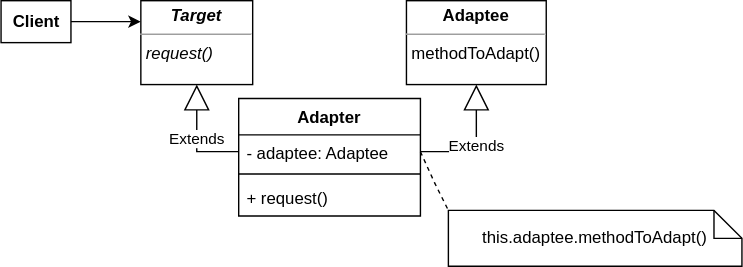
The draw.io diagram immagini/adapter.svg in m1gwings/ing-sw-cheatsheet, before a commit. Source tidied: cells renumbered, new cells last; positions are measured from the earlier drawing's top-left corner, leaving out a move shared by most shapes. Its diagram source:
```xml
<mxGraphModel>
  <root>
    <mxCell id="0" />
    <mxCell id="1" parent="0" />
    <mxCell id="2" style="edgeStyle=orthogonalEdgeStyle;rounded=0;jettySize=auto;html=1;exitX=1;exitY=0.5;exitDx=0;exitDy=0;entryX=0;entryY=0.25;entryDx=0;entryDy=0;strokeColor=default;" parent="1" edge="1" source="3" target="4">
      <mxGeometry relative="1" as="geometry" />
    </mxCell>
    <mxCell id="3" value="&lt;b&gt;Client&lt;/b&gt;" style="html=1;" parent="1" vertex="1">
      <mxGeometry width="50" height="30" as="geometry" />
    </mxCell>
    <mxCell id="4" value="&lt;p style=&quot;margin:0px;margin-top:4px;text-align:center;&quot;&gt;&lt;b&gt;&lt;i&gt;Target&lt;/i&gt;&lt;/b&gt;&lt;/p&gt;&lt;hr size=&quot;1&quot;&gt;&lt;p style=&quot;margin:0px;margin-left:4px;&quot;&gt;&lt;i&gt;request()&lt;/i&gt;&lt;/p&gt;" style="verticalAlign=top;align=left;overflow=fill;fontSize=12;fontFamily=Helvetica;html=1;" parent="1" vertex="1">
      <mxGeometry x="100" width="80" height="60" as="geometry" />
    </mxCell>
    <mxCell id="5" value="&lt;p style=&quot;margin:0px;margin-top:4px;text-align:center;&quot;&gt;&lt;b&gt;Adaptee&lt;/b&gt;&lt;/p&gt;&lt;hr size=&quot;1&quot;&gt;&lt;p style=&quot;margin:0px;margin-left:4px;&quot;&gt;methodToAdapt()&lt;/p&gt;" style="verticalAlign=top;align=left;overflow=fill;fontSize=12;fontFamily=Helvetica;html=1;" parent="1" vertex="1">
      <mxGeometry x="290" width="100" height="60" as="geometry" />
    </mxCell>
    <mxCell id="6" value="Extends" style="endArrow=block;endSize=16;endFill=0;html=1;rounded=0;strokeColor=default;entryX=0.5;entryY=1;entryDx=0;entryDy=0;exitX=1;exitY=0.5;exitDx=0;exitDy=0;" parent="1" edge="1" source="9" target="5">
      <mxGeometry relative="1" as="geometry">
        <Array as="points">
          <mxPoint x="340" y="108" />
        </Array>
      </mxGeometry>
    </mxCell>
    <mxCell id="7" value="Extends" style="endArrow=block;endSize=16;endFill=0;html=1;rounded=0;exitX=0;exitY=0.5;exitDx=0;exitDy=0;strokeColor=default;entryX=0.5;entryY=1;entryDx=0;entryDy=0;" parent="1" edge="1" source="9" target="4">
      <mxGeometry relative="1" as="geometry">
        <Array as="points">
          <mxPoint x="140" y="108" />
        </Array>
      </mxGeometry>
    </mxCell>
    <mxCell id="8" value="Adapter" style="swimlane;fontStyle=1;align=center;verticalAlign=top;horizontal=1;startSize=26;" parent="1" vertex="1">
      <mxGeometry x="170" y="70" width="130" height="84" as="geometry" />
    </mxCell>
    <mxCell id="9" value="- adaptee: Adaptee" style="text;strokeColor=none;fillColor=none;align=left;verticalAlign=top;spacingLeft=4;spacingRight=4;overflow=hidden;points=[[0,0.5],[1,0.5]];portConstraint=eastwest;" parent="8" vertex="1">
      <mxGeometry y="26" width="130" height="24" as="geometry" />
    </mxCell>
    <mxCell id="10" style="line;strokeWidth=1;fillColor=none;align=left;verticalAlign=middle;spacingTop=-1;spacingLeft=3;spacingRight=3;labelPosition=right;strokeColor=inherit;" parent="8" vertex="1">
      <mxGeometry y="50" width="130" height="8" as="geometry" />
    </mxCell>
    <mxCell id="11" value="+ request()" style="text;strokeColor=none;fillColor=none;align=left;verticalAlign=top;spacingLeft=4;spacingRight=4;overflow=hidden;" parent="8" vertex="1">
      <mxGeometry y="58" width="130" height="26" as="geometry" />
    </mxCell>
    <mxCell id="12" value="this.adaptee.methodToAdapt()" style="shape=note;size=20;whiteSpace=wrap;html=1;" parent="1" vertex="1">
      <mxGeometry x="320" y="150" width="210" height="40" as="geometry" />
    </mxCell>
    <mxCell id="13" style="endArrow=none;dashed=1;html=1;rounded=0;strokeColor=default;entryX=0;entryY=0;entryDx=0;entryDy=0;entryPerimeter=0;exitX=1;exitY=0.5;exitDx=0;exitDy=0;" parent="1" edge="1" source="9" target="12">
      <mxGeometry relative="1" as="geometry">
        <Array as="points">
          <mxPoint x="310" y="130" />
        </Array>
      </mxGeometry>
    </mxCell>
  </root>
</mxGraphModel>
```
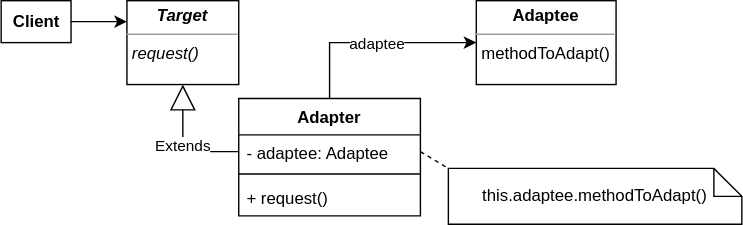
The same diagram one commit later.

Commit message:
modificato l'uml di adapter

ora l'uml usa la composizione

Change to the diagram source:
```diff
@@ -9,22 +9,15 @@
       <mxGeometry width="50" height="30" as="geometry" />
     </mxCell>
     <mxCell id="4" value="&lt;p style=&quot;margin:0px;margin-top:4px;text-align:center;&quot;&gt;&lt;b&gt;&lt;i&gt;Target&lt;/i&gt;&lt;/b&gt;&lt;/p&gt;&lt;hr size=&quot;1&quot;&gt;&lt;p style=&quot;margin:0px;margin-left:4px;&quot;&gt;&lt;i&gt;request()&lt;/i&gt;&lt;/p&gt;" style="verticalAlign=top;align=left;overflow=fill;fontSize=12;fontFamily=Helvetica;html=1;" parent="1" vertex="1">
-      <mxGeometry x="100" width="80" height="60" as="geometry" />
+      <mxGeometry x="90" width="80" height="60" as="geometry" />
     </mxCell>
     <mxCell id="5" value="&lt;p style=&quot;margin:0px;margin-top:4px;text-align:center;&quot;&gt;&lt;b&gt;Adaptee&lt;/b&gt;&lt;/p&gt;&lt;hr size=&quot;1&quot;&gt;&lt;p style=&quot;margin:0px;margin-left:4px;&quot;&gt;methodToAdapt()&lt;/p&gt;" style="verticalAlign=top;align=left;overflow=fill;fontSize=12;fontFamily=Helvetica;html=1;" parent="1" vertex="1">
-      <mxGeometry x="290" width="100" height="60" as="geometry" />
+      <mxGeometry x="340" width="100" height="60" as="geometry" />
     </mxCell>
-    <mxCell id="6" value="Extends" style="endArrow=block;endSize=16;endFill=0;html=1;rounded=0;strokeColor=default;entryX=0.5;entryY=1;entryDx=0;entryDy=0;exitX=1;exitY=0.5;exitDx=0;exitDy=0;" parent="1" edge="1" source="9" target="5">
-      <mxGeometry relative="1" as="geometry">
-        <Array as="points">
-          <mxPoint x="340" y="108" />
-        </Array>
-      </mxGeometry>
-    </mxCell>
     <mxCell id="7" value="Extends" style="endArrow=block;endSize=16;endFill=0;html=1;rounded=0;exitX=0;exitY=0.5;exitDx=0;exitDy=0;strokeColor=default;entryX=0.5;entryY=1;entryDx=0;entryDy=0;" parent="1" edge="1" source="9" target="4">
       <mxGeometry relative="1" as="geometry">
         <Array as="points">
-          <mxPoint x="140" y="108" />
+          <mxPoint x="130" y="108" />
         </Array>
       </mxGeometry>
     </mxCell>
@@ -41,14 +34,20 @@
       <mxGeometry y="58" width="130" height="26" as="geometry" />
     </mxCell>
     <mxCell id="12" value="this.adaptee.methodToAdapt()" style="shape=note;size=20;whiteSpace=wrap;html=1;" parent="1" vertex="1">
-      <mxGeometry x="320" y="150" width="210" height="40" as="geometry" />
+      <mxGeometry x="320" y="120" width="210" height="40" as="geometry" />
     </mxCell>
     <mxCell id="13" style="endArrow=none;dashed=1;html=1;rounded=0;strokeColor=default;entryX=0;entryY=0;entryDx=0;entryDy=0;entryPerimeter=0;exitX=1;exitY=0.5;exitDx=0;exitDy=0;" parent="1" edge="1" source="9" target="12">
-      <mxGeometry relative="1" as="geometry">
-        <Array as="points">
-          <mxPoint x="310" y="130" />
-        </Array>
-      </mxGeometry>
+      <mxGeometry relative="1" as="geometry" />
     </mxCell>
+    <mxCell id="14" style="endArrow=classic;html=1;rounded=0;entryX=0;entryY=0.5;entryDx=0;entryDy=0;exitX=0.5;exitY=0;exitDx=0;exitDy=0;" parent="1" edge="1" source="8" target="5">
+      <mxGeometry relative="1" as="geometry">
+        <Array as="points">
+          <mxPoint x="235" y="30" />
+        </Array>
+      </mxGeometry>
+    </mxCell>
+    <mxCell id="15" value="adaptee" style="edgeLabel;html=1;align=center;verticalAlign=middle;" parent="14" vertex="1">
+      <mxGeometry relative="1" as="geometry" />
+    </mxCell>
   </root>
 </mxGraphModel>
```
